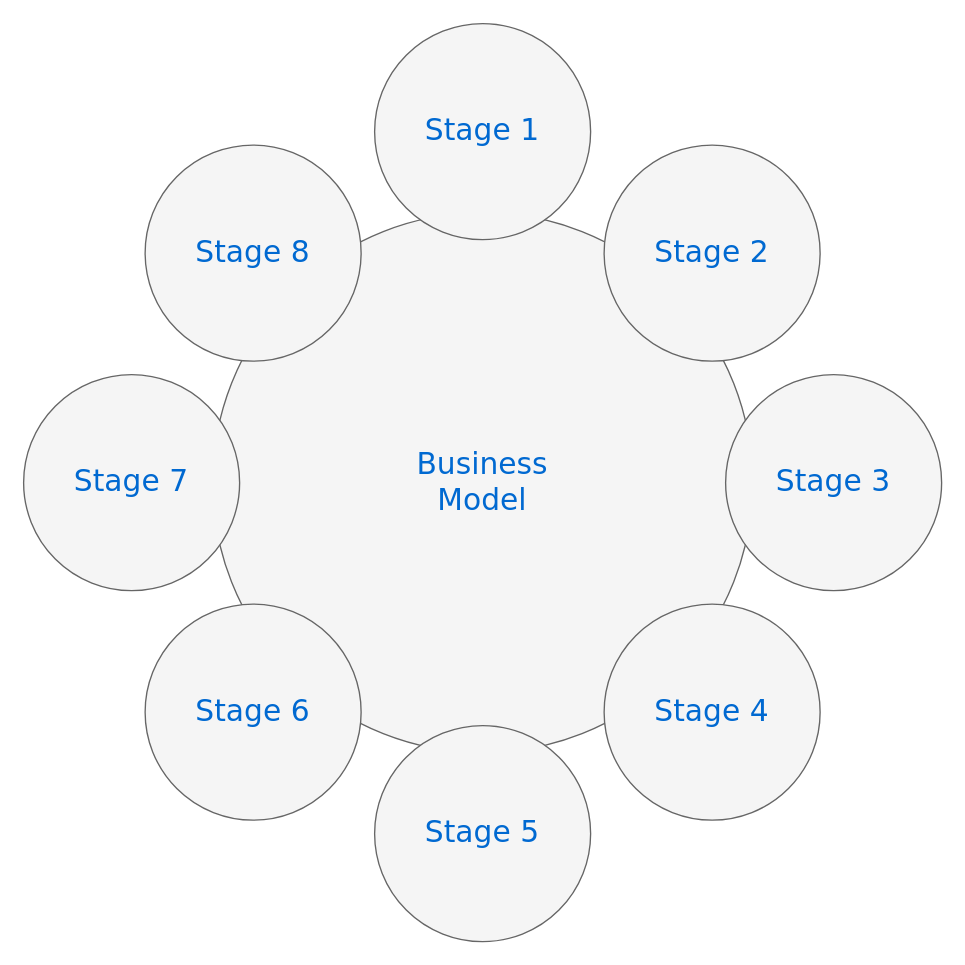
Above: Diagrama sem nome.drawio in joaogeringer/weatherapi (draw.io), before the change. Source tidied: cells renumbered, new cells numbered last; positions are measured from the earlier drawing's top-left corner, leaving out a move shared by most shapes. Both pictures are drawn from the tidied source at 135%, with x=0, y=0 at pixel (23, 23).
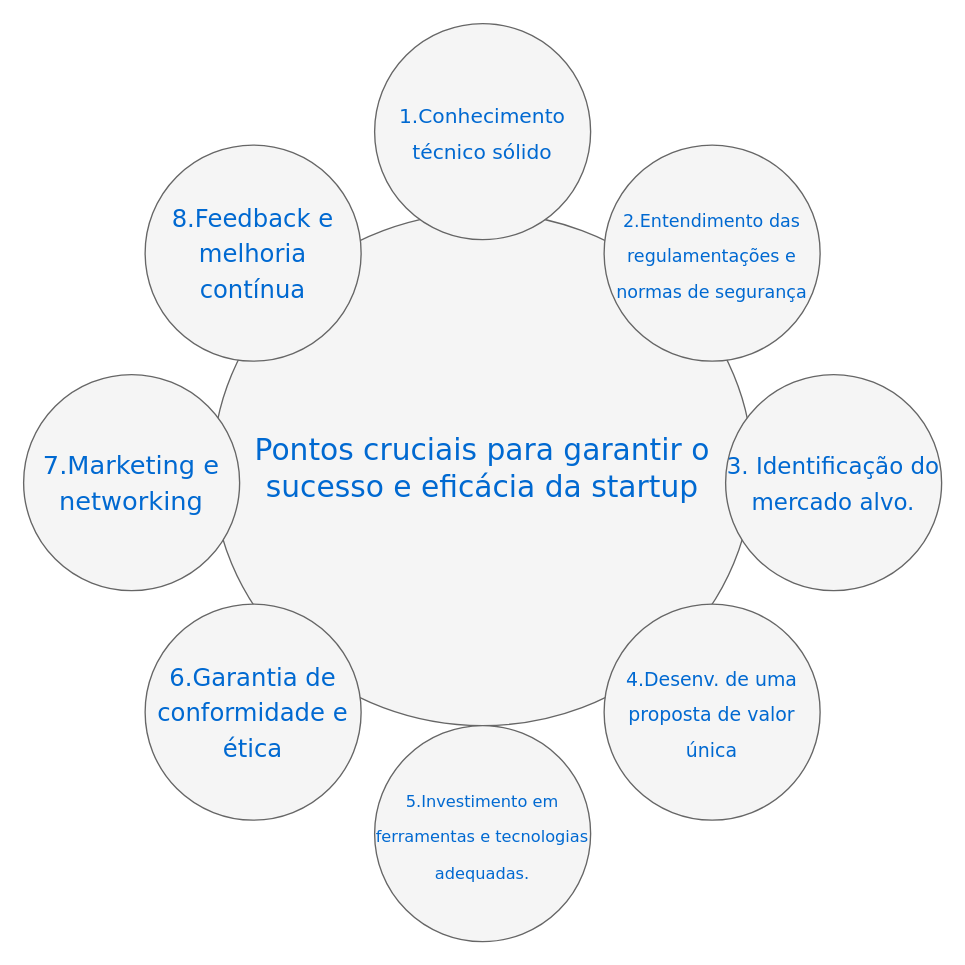
The same diagram, later.

What changed in the source:
```diff
@@
 <mxGraphModel>
   <root>
     <mxCell id="0" />
     <mxCell id="1" parent="0" />
-    <mxCell id="2" value="Business&lt;div&gt;Model&lt;/div&gt;" style="ellipse;whiteSpace=wrap;html=1;rounded=0;shadow=0;dashed=0;comic=0;fontFamily=Verdana;fontSize=22;fontColor=#0069D1;fillColor=#f5f5f5;strokeColor=#666666;" parent="1" vertex="1">
-      <mxGeometry x="140" y="140" width="400" height="400" as="geometry" />
+    <mxCell id="2" value="Pontos cruciais para garantir o sucesso e eficácia da startup" style="ellipse;whiteSpace=wrap;html=1;rounded=0;shadow=0;dashed=0;comic=0;fontFamily=Verdana;fontSize=22;fontColor=#0069D1;fillColor=#f5f5f5;strokeColor=#666666;" parent="1" vertex="1">
+      <mxGeometry x="140" y="140" width="400" height="380" as="geometry" />
     </mxCell>
-    <mxCell id="3" value="Stage 1" style="ellipse;whiteSpace=wrap;html=1;rounded=0;shadow=0;dashed=0;comic=0;fontFamily=Verdana;fontSize=22;fontColor=#0069D1;fillColor=#f5f5f5;strokeColor=#666666;" parent="1" vertex="1">
+    <mxCell id="3" value="&lt;font style=&quot;font-size: 15px;&quot;&gt;1.Conhecimento técnico sólido&lt;/font&gt;" style="ellipse;whiteSpace=wrap;html=1;rounded=0;shadow=0;dashed=0;comic=0;fontFamily=Verdana;fontSize=22;fontColor=#0069D1;fillColor=#f5f5f5;strokeColor=#666666;" parent="1" vertex="1">
       <mxGeometry x="260" width="160" height="160" as="geometry" />
     </mxCell>
-    <mxCell id="4" value="Stage 5" style="ellipse;whiteSpace=wrap;html=1;rounded=0;shadow=0;dashed=0;comic=0;fontFamily=Verdana;fontSize=22;fontColor=#0069D1;fillColor=#f5f5f5;strokeColor=#666666;" parent="1" vertex="1">
+    <mxCell id="4" value="&lt;font style=&quot;font-size: 12px;&quot;&gt;5.Investimento em ferramentas e tecnologias adequadas.&lt;/font&gt;" style="ellipse;whiteSpace=wrap;html=1;rounded=0;shadow=0;dashed=0;comic=0;fontFamily=Verdana;fontSize=22;fontColor=#0069D1;fillColor=#f5f5f5;strokeColor=#666666;" parent="1" vertex="1">
       <mxGeometry x="260" y="520" width="160" height="160" as="geometry" />
     </mxCell>
-    <mxCell id="5" value="Stage 3" style="ellipse;whiteSpace=wrap;html=1;rounded=0;shadow=0;dashed=0;comic=0;fontFamily=Verdana;fontSize=22;fontColor=#0069D1;fillColor=#f5f5f5;strokeColor=#666666;" parent="1" vertex="1">
+    <mxCell id="5" value="&lt;font style=&quot;font-size: 17px;&quot;&gt;3. Identificação do mercado alvo.&lt;/font&gt;" style="ellipse;whiteSpace=wrap;html=1;rounded=0;shadow=0;dashed=0;comic=0;fontFamily=Verdana;fontSize=22;fontColor=#0069D1;fillColor=#f5f5f5;strokeColor=#666666;" parent="1" vertex="1">
       <mxGeometry x="520" y="260" width="160" height="160" as="geometry" />
     </mxCell>
-    <mxCell id="6" value="Stage 7" style="ellipse;whiteSpace=wrap;html=1;rounded=0;shadow=0;dashed=0;comic=0;fontFamily=Verdana;fontSize=22;fontColor=#0069D1;fillColor=#f5f5f5;strokeColor=#666666;" parent="1" vertex="1">
+    <mxCell id="6" value="&lt;font style=&quot;font-size: 19px;&quot;&gt;7.Marketing e networking&lt;/font&gt;" style="ellipse;whiteSpace=wrap;html=1;rounded=0;shadow=0;dashed=0;comic=0;fontFamily=Verdana;fontSize=22;fontColor=#0069D1;fillColor=#f5f5f5;strokeColor=#666666;" parent="1" vertex="1">
       <mxGeometry y="260" width="160" height="160" as="geometry" />
     </mxCell>
-    <mxCell id="7" value="Stage 8" style="ellipse;whiteSpace=wrap;html=1;rounded=0;shadow=0;dashed=0;comic=0;fontFamily=Verdana;fontSize=22;fontColor=#0069D1;fillColor=#f5f5f5;strokeColor=#666666;" parent="1" vertex="1">
+    <mxCell id="7" value="&lt;font style=&quot;font-size: 18px;&quot;&gt;8.Feedback e melhoria contínua&lt;/font&gt;" style="ellipse;whiteSpace=wrap;html=1;rounded=0;shadow=0;dashed=0;comic=0;fontFamily=Verdana;fontSize=22;fontColor=#0069D1;fillColor=#f5f5f5;strokeColor=#666666;" parent="1" vertex="1">
       <mxGeometry x="90" y="90" width="160" height="160" as="geometry" />
     </mxCell>
-    <mxCell id="8" value="Stage 2" style="ellipse;whiteSpace=wrap;html=1;rounded=0;shadow=0;dashed=0;comic=0;fontFamily=Verdana;fontSize=22;fontColor=#0069D1;fillColor=#f5f5f5;strokeColor=#666666;" parent="1" vertex="1">
+    <mxCell id="8" value="&lt;font style=&quot;font-size: 13px;&quot;&gt;2.Entendimento das regulamentações e normas de segurança&lt;/font&gt;" style="ellipse;whiteSpace=wrap;html=1;rounded=0;shadow=0;dashed=0;comic=0;fontFamily=Verdana;fontSize=22;fontColor=#0069D1;fillColor=#f5f5f5;strokeColor=#666666;" parent="1" vertex="1">
       <mxGeometry x="430" y="90" width="160" height="160" as="geometry" />
     </mxCell>
-    <mxCell id="9" value="Stage 4" style="ellipse;whiteSpace=wrap;html=1;rounded=0;shadow=0;dashed=0;comic=0;fontFamily=Verdana;fontSize=22;fontColor=#0069D1;fillColor=#f5f5f5;strokeColor=#666666;" parent="1" vertex="1">
+    <mxCell id="9" value="&lt;font style=&quot;font-size: 14px;&quot;&gt;4.Desenv. de uma proposta de valor única&lt;/font&gt;" style="ellipse;whiteSpace=wrap;html=1;rounded=0;shadow=0;dashed=0;comic=0;fontFamily=Verdana;fontSize=22;fontColor=#0069D1;fillColor=#f5f5f5;strokeColor=#666666;" parent="1" vertex="1">
       <mxGeometry x="430" y="430" width="160" height="160" as="geometry" />
     </mxCell>
-    <mxCell id="10" value="Stage 6" style="ellipse;whiteSpace=wrap;html=1;rounded=0;shadow=0;dashed=0;comic=0;fontFamily=Verdana;fontSize=22;fontColor=#0069D1;fillColor=#f5f5f5;strokeColor=#666666;" parent="1" vertex="1">
+    <mxCell id="10" value="&lt;font style=&quot;font-size: 18px;&quot;&gt;6.Garantia de conformidade e ética&lt;/font&gt;" style="ellipse;whiteSpace=wrap;html=1;rounded=0;shadow=0;dashed=0;comic=0;fontFamily=Verdana;fontSize=22;fontColor=#0069D1;fillColor=#f5f5f5;strokeColor=#666666;" parent="1" vertex="1">
       <mxGeometry x="90" y="430" width="160" height="160" as="geometry" />
     </mxCell>
   </root>
 </mxGraphModel>
```
